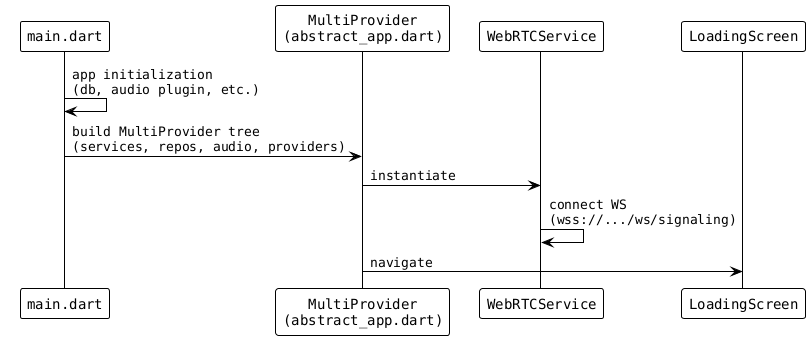
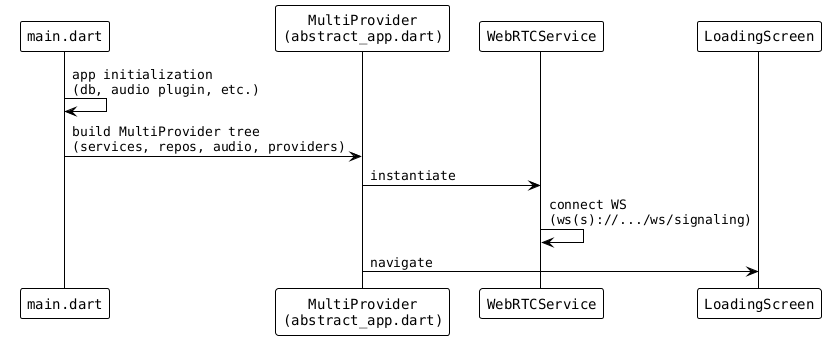
@startuml flow_app_startup_boot
!theme plain
skinparam defaultFontName monospaced

participant "main.dart" as main
participant "MultiProvider\n(abstract_app.dart)" as provider
participant "WebRTCService" as webrtc
participant "LoadingScreen" as loading

main -> main: app initialization\n(db, audio plugin, etc.)
main -> provider: build MultiProvider tree\n(services, repos, audio, providers)
provider -> webrtc: instantiate
- webrtc -> webrtc: connect WS\n(wss://.../ws/signaling)
+ webrtc -> webrtc: connect WS\n(ws(s)://.../ws/signaling)
provider -> loading: navigate

@enduml
